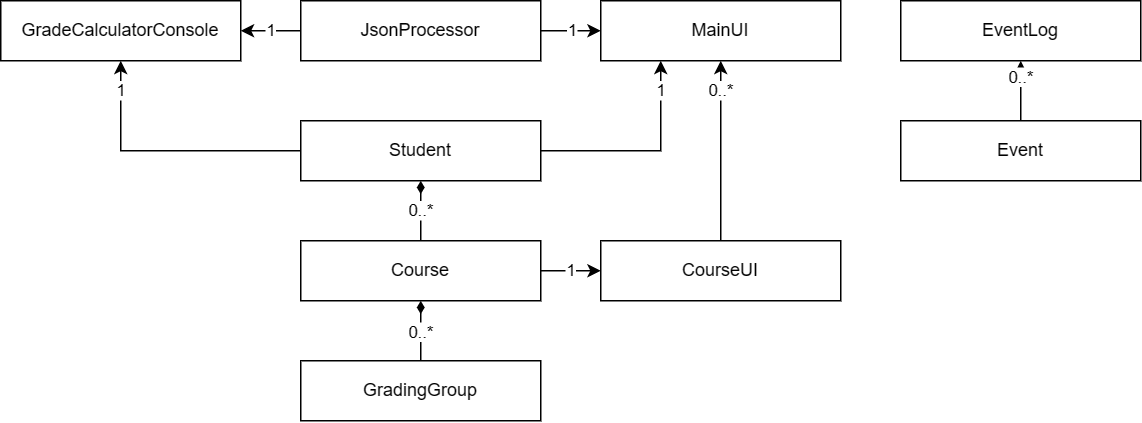
Earlier version of the draw.io export UML_Design_Diagram.png (rliu4936/Grade-Calculator). Source tidied: cells renumbered, new cells last; positions are measured from the earlier drawing's top-left corner, leaving out a move shared by most shapes.
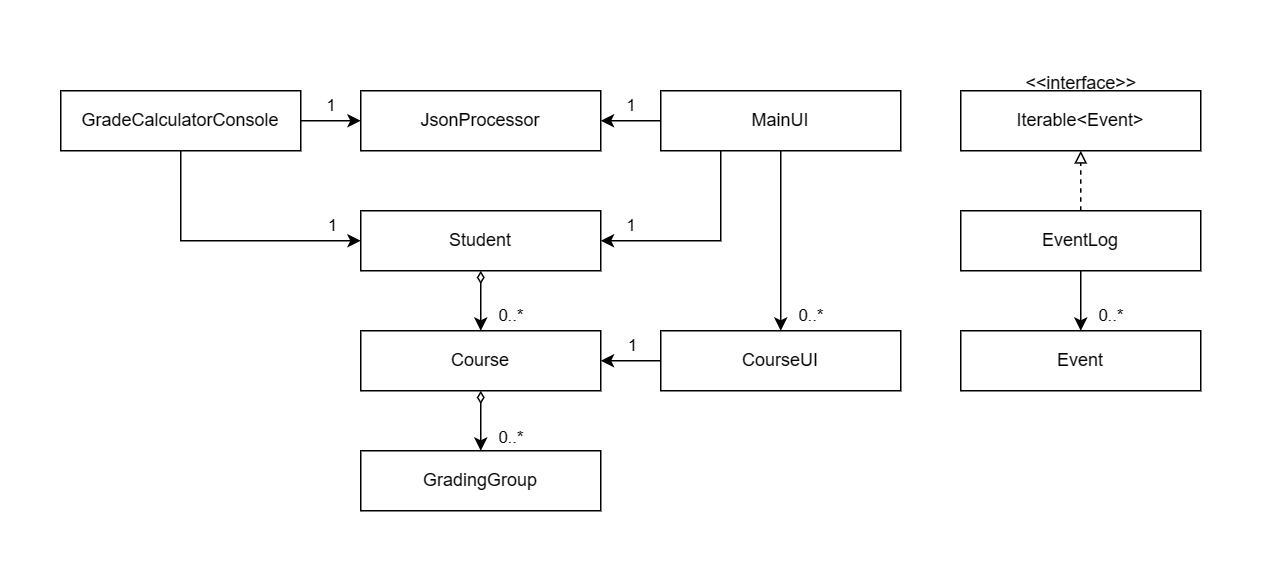
After the change.

What changed in the source:
```diff
@@ -2,26 +2,26 @@
   <root>
     <mxCell id="0" />
     <mxCell id="1" parent="0" />
-    <mxCell id="2" style="edgeStyle=orthogonalEdgeStyle;rounded=0;jettySize=auto;html=1;endArrow=diamondThin;endFill=1;" parent="1" edge="1" source="6" target="11">
+    <mxCell id="2" style="edgeStyle=orthogonalEdgeStyle;rounded=0;jettySize=auto;html=1;endArrow=diamondThin;endFill=0;startArrow=classic;startFill=1;" parent="1" edge="1" source="6" target="11">
       <mxGeometry relative="1" as="geometry" />
     </mxCell>
     <mxCell id="3" value="0..*" style="edgeLabel;html=1;align=center;verticalAlign=middle;" parent="2" vertex="1">
       <mxGeometry x="0.51" relative="1" as="geometry">
-        <mxPoint y="10" as="offset" />
+        <mxPoint x="20" y="20" as="offset" />
       </mxGeometry>
     </mxCell>
-    <mxCell id="4" style="edgeStyle=orthogonalEdgeStyle;rounded=0;jettySize=auto;html=1;" parent="1" edge="1" source="6" target="26">
+    <mxCell id="4" style="edgeStyle=orthogonalEdgeStyle;rounded=0;jettySize=auto;html=1;endArrow=none;endFill=0;startArrow=classic;startFill=1;" parent="1" edge="1" source="6" target="26">
       <mxGeometry relative="1" as="geometry" />
     </mxCell>
     <mxCell id="5" value="1" style="edgeLabel;html=1;align=center;verticalAlign=middle;fontSize=11;fontFamily=Helvetica;fontColor=default;" parent="4" vertex="1">
       <mxGeometry x="-0.1" relative="1" as="geometry">
-        <mxPoint x="2" as="offset" />
+        <mxPoint x="2" y="-10" as="offset" />
       </mxGeometry>
     </mxCell>
     <mxCell id="6" value="Course" style="rounded=0;whiteSpace=wrap;html=1;" parent="1" vertex="1">
       <mxGeometry x="200" y="160" width="160" height="40" as="geometry" />
     </mxCell>
-    <mxCell id="7" style="edgeStyle=orthogonalEdgeStyle;rounded=0;jettySize=auto;html=1;" parent="1" edge="1" source="11" target="27">
+    <mxCell id="7" style="edgeStyle=orthogonalEdgeStyle;rounded=0;jettySize=auto;html=1;entryX=1;entryY=0.5;entryDx=0;entryDy=0;exitX=0.25;exitY=1;exitDx=0;exitDy=0;" parent="1" edge="1" source="27" target="11">
       <mxGeometry relative="1" as="geometry">
         <Array as="points">
           <mxPoint x="440" y="100" />
@@ -30,70 +30,73 @@
     </mxCell>
     <mxCell id="8" value="1" style="edgeLabel;html=1;align=center;verticalAlign=middle;" parent="7" vertex="1">
       <mxGeometry x="0.79" y="-1" relative="1" as="geometry">
-        <mxPoint x="-1" y="5" as="offset" />
+        <mxPoint x="5" y="-9" as="offset" />
       </mxGeometry>
     </mxCell>
-    <mxCell id="9" style="edgeStyle=orthogonalEdgeStyle;rounded=0;jettySize=auto;html=1;entryX=0.5;entryY=1;entryDx=0;entryDy=0;" parent="1" edge="1" source="11" target="28">
+    <mxCell id="9" style="edgeStyle=orthogonalEdgeStyle;rounded=0;jettySize=auto;html=1;entryX=0;entryY=0.5;entryDx=0;entryDy=0;exitX=0.5;exitY=1;exitDx=0;exitDy=0;" parent="1" edge="1" source="28" target="11">
       <mxGeometry relative="1" as="geometry" />
     </mxCell>
     <mxCell id="10" value="1" style="edgeLabel;html=1;align=center;verticalAlign=middle;" parent="9" vertex="1">
       <mxGeometry x="0.8" relative="1" as="geometry">
-        <mxPoint y="2" as="offset" />
+        <mxPoint x="-2" y="-10" as="offset" />
       </mxGeometry>
     </mxCell>
     <mxCell id="11" value="Student" style="whiteSpace=wrap;html=1;" parent="1" vertex="1">
       <mxGeometry x="200" y="80" width="160" height="40" as="geometry" />
     </mxCell>
-    <mxCell id="12" style="edgeStyle=orthogonalEdgeStyle;rounded=0;jettySize=auto;html=1;" parent="1" edge="1" source="14" target="15">
+    <mxCell id="12" style="edgeStyle=orthogonalEdgeStyle;rounded=0;jettySize=auto;html=1;entryX=0.5;entryY=0;entryDx=0;entryDy=0;exitX=0.5;exitY=1;exitDx=0;exitDy=0;" parent="1" edge="1" source="15" target="14">
       <mxGeometry relative="1" as="geometry" />
     </mxCell>
-    <mxCell id="13" value="0..*" style="edgeLabel;html=1;align=center;verticalAlign=middle;" parent="12" vertex="1">
+    <mxCell id="13" value="0..*" style="edgeLabel;html=1;align=center;verticalAlign=middle;labelBackgroundColor=default;" parent="12" vertex="1">
       <mxGeometry x="0.76" y="1" relative="1" as="geometry">
-        <mxPoint x="1" y="6" as="offset" />
+        <mxPoint x="19" y="-5" as="offset" />
       </mxGeometry>
     </mxCell>
     <mxCell id="14" value="Event" style="whiteSpace=wrap;html=1;" parent="1" vertex="1">
-      <mxGeometry x="600" y="80" width="160" height="40" as="geometry" />
+      <mxGeometry x="600" y="160" width="160" height="40" as="geometry" />
     </mxCell>
+    <mxCell id="29" style="edgeStyle=orthogonalEdgeStyle;rounded=0;jettySize=auto;html=1;entryX=0.5;entryY=1;entryDx=0;entryDy=0;endArrow=block;endFill=0;dashed=1;" parent="1" edge="1" source="15" target="30">
+      <mxGeometry relative="1" as="geometry" />
+    </mxCell>
     <mxCell id="15" value="EventLog" style="whiteSpace=wrap;html=1;" parent="1" vertex="1">
-      <mxGeometry x="600" width="160" height="40" as="geometry" />
+      <mxGeometry x="600" y="80" width="160" height="40" as="geometry" />
     </mxCell>
-    <mxCell id="16" style="edgeStyle=orthogonalEdgeStyle;rounded=0;jettySize=auto;html=1;horizontal=1;endArrow=diamondThin;endFill=1;" parent="1" edge="1" source="18" target="6">
+    <mxCell id="16" style="edgeStyle=orthogonalEdgeStyle;rounded=0;jettySize=auto;html=1;horizontal=1;endArrow=diamondThin;endFill=0;startArrow=classic;startFill=1;" parent="1" edge="1" source="18" target="6">
       <mxGeometry relative="1" as="geometry" />
     </mxCell>
     <mxCell id="17" value="0..*" style="edgeLabel;html=1;align=center;verticalAlign=middle;fontSize=11;fontFamily=Helvetica;fontColor=default;" parent="16" vertex="1">
       <mxGeometry x="0.13" y="-1" relative="1" as="geometry">
-        <mxPoint x="-1" y="3" as="offset" />
+        <mxPoint x="19" y="13" as="offset" />
       </mxGeometry>
     </mxCell>
     <mxCell id="18" value="GradingGroup" style="whiteSpace=wrap;html=1;" parent="1" vertex="1">
       <mxGeometry x="200" y="240" width="160" height="40" as="geometry" />
     </mxCell>
-    <mxCell id="19" style="edgeStyle=orthogonalEdgeStyle;rounded=0;jettySize=auto;html=1;" parent="1" edge="1" source="23" target="28">
+    <mxCell id="19" style="edgeStyle=orthogonalEdgeStyle;rounded=0;jettySize=auto;html=1;entryX=0;entryY=0.5;entryDx=0;entryDy=0;exitX=1;exitY=0.5;exitDx=0;exitDy=0;" parent="1" edge="1" source="28" target="23">
       <mxGeometry relative="1" as="geometry" />
     </mxCell>
     <mxCell id="20" value="1" style="edgeLabel;html=1;align=center;verticalAlign=middle;" parent="19" vertex="1">
       <mxGeometry x="0.09" y="-1" relative="1" as="geometry">
-        <mxPoint x="2" y="1" as="offset" />
+        <mxPoint x="-2" y="-11" as="offset" />
       </mxGeometry>
     </mxCell>
-    <mxCell id="21" style="edgeStyle=orthogonalEdgeStyle;rounded=0;jettySize=auto;html=1;" parent="1" edge="1" source="23" target="27">
+    <mxCell id="21" style="edgeStyle=orthogonalEdgeStyle;rounded=0;jettySize=auto;html=1;entryX=1;entryY=0.5;entryDx=0;entryDy=0;exitX=0;exitY=0.5;exitDx=0;exitDy=0;" parent="1" edge="1" source="27" target="23">
       <mxGeometry relative="1" as="geometry" />
     </mxCell>
     <mxCell id="22" value="1" style="edgeLabel;html=1;align=center;verticalAlign=middle;" parent="21" vertex="1">
       <mxGeometry x="-0.23" relative="1" as="geometry">
-        <mxPoint x="5" as="offset" />
+        <mxPoint x="-5" y="-10" as="offset" />
       </mxGeometry>
     </mxCell>
     <mxCell id="23" value="JsonProcessor" style="whiteSpace=wrap;html=1;" parent="1" vertex="1">
       <mxGeometry x="200" width="160" height="40" as="geometry" />
     </mxCell>
-    <mxCell id="24" style="edgeStyle=orthogonalEdgeStyle;rounded=0;jettySize=auto;html=1;entryX=0.5;entryY=1;entryDx=0;entryDy=0;" parent="1" edge="1" source="26" target="27">
+    <mxCell id="24" style="edgeStyle=orthogonalEdgeStyle;rounded=0;jettySize=auto;html=1;entryX=0.5;entryY=0;entryDx=0;entryDy=0;exitX=0.5;exitY=1;exitDx=0;exitDy=0;" parent="1" edge="1" source="27" target="26">
       <mxGeometry relative="1" as="geometry" />
     </mxCell>
     <mxCell id="25" value="0..*" style="edgeLabel;html=1;align=center;verticalAlign=middle;" parent="24" vertex="1">
       <mxGeometry x="0.62" y="1" relative="1" as="geometry">
-        <mxPoint x="1" y="-3" as="offset" />
+        <mxPoint x="19" y="13" as="offset" />
       </mxGeometry>
     </mxCell>
     <mxCell id="26" value="CourseUI" style="whiteSpace=wrap;html=1;imageWidth=24;" parent="1" vertex="1">
@@ -105,5 +108,11 @@
     <mxCell id="28" value="GradeCalculatorConsole" style="whiteSpace=wrap;html=1;" parent="1" vertex="1">
       <mxGeometry width="160" height="40" as="geometry" />
     </mxCell>
+    <mxCell id="30" value="Iterable&amp;lt;Event&amp;gt;" style="whiteSpace=wrap;html=1;" parent="1" vertex="1">
+      <mxGeometry x="600" width="160" height="40" as="geometry" />
+    </mxCell>
+    <mxCell id="31" value="&amp;lt;&amp;lt;interface&amp;gt;&amp;gt;" style="text;html=1;align=center;verticalAlign=middle;strokeColor=none;fillColor=none;" parent="1" vertex="1">
+      <mxGeometry x="630" y="-20" width="100" height="30" as="geometry" />
+    </mxCell>
   </root>
 </mxGraphModel>
```
